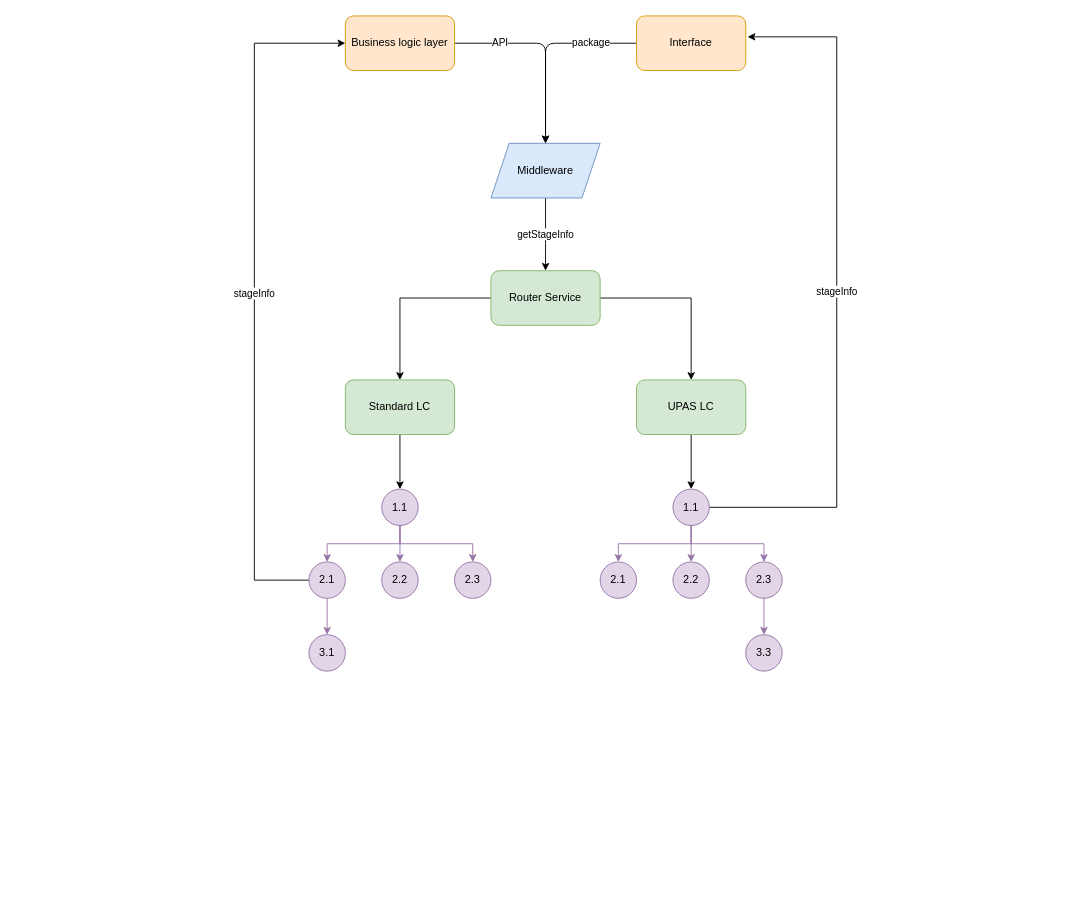
This is page "Page-4" (4 of 6) of LC-smart-contracts.drawio from gdotcat/diagram, a draw.io file, before an edit. Source tidied: cells renumbered, new cells numbered last; positions are measured from the earlier drawing's top-left corner, leaving out a move shared by most shapes. Both pictures are drawn from the tidied source at 91%, with x=0, y=0 at pixel (254, 15).
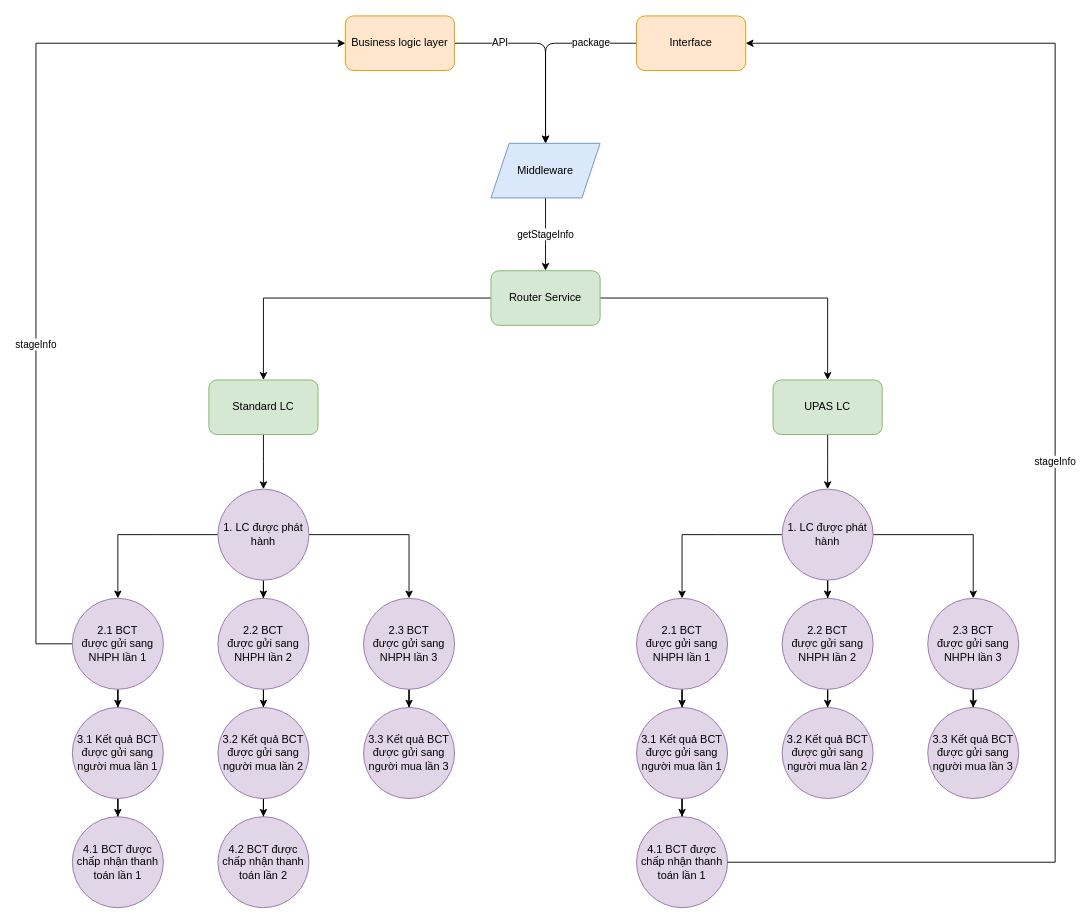
The same page after the edit.

Unchanged cells that the change refers to:
```xml
<mxCell id="12" value="Business logic layer" style="rounded=1;whiteSpace=wrap;html=1;labelBackgroundColor=none;sketch=0;fillColor=#ffe6cc;strokeColor=#d79b00;" parent="1" vertex="1">
  <mxGeometry x="100" width="120" height="60" as="geometry" />
</mxCell>
<mxCell id="14" value="Interface" style="rounded=1;whiteSpace=wrap;html=1;labelBackgroundColor=none;sketch=0;fillColor=#ffe6cc;strokeColor=#d79b00;" parent="1" vertex="1">
  <mxGeometry x="420" width="120" height="60" as="geometry" />
</mxCell>
```

Change to the diagram source:
```diff
@@
-    <mxCell id="7" style="edgeStyle=orthogonalEdgeStyle;rounded=0;jettySize=auto;html=1;fillColor=#e1d5e7;strokeColor=#9673a6;" parent="1" edge="1" source="10" target="27">
-      <mxGeometry relative="1" as="geometry" />
-    </mxCell>
-    <mxCell id="8" style="edgeStyle=orthogonalEdgeStyle;rounded=0;jettySize=auto;html=1;fillColor=#e1d5e7;strokeColor=#9673a6;" parent="1" edge="1" source="10" target="26">
-      <mxGeometry relative="1" as="geometry">
-        <Array as="points">
-          <mxPoint x="160" y="580" />
-          <mxPoint x="80" y="580" />
-        </Array>
-      </mxGeometry>
-    </mxCell>
-    <mxCell id="9" style="edgeStyle=orthogonalEdgeStyle;rounded=0;jettySize=auto;html=1;fillColor=#e1d5e7;strokeColor=#9673a6;" parent="1" edge="1" source="10" target="28">
-      <mxGeometry relative="1" as="geometry">
-        <Array as="points">
-          <mxPoint x="160" y="580" />
-          <mxPoint x="240" y="580" />
-        </Array>
-      </mxGeometry>
-    </mxCell>
-    <mxCell id="10" value="1.1" style="ellipse;whiteSpace=wrap;html=1;fillColor=#e1d5e7;strokeColor=#9673a6;" parent="1" vertex="1">
-      <mxGeometry x="140" y="520" width="40" height="40" as="geometry" />
-    </mxCell>
@@
-    <mxCell id="15" style="edgeStyle=orthogonalEdgeStyle;rounded=0;jettySize=auto;html=1;fillColor=#e1d5e7;strokeColor=#9673a6;" parent="1" edge="1" source="19" target="32">
-      <mxGeometry relative="1" as="geometry">
-        <Array as="points">
-          <mxPoint x="480" y="580" />
-          <mxPoint x="560" y="580" />
-        </Array>
-      </mxGeometry>
-    </mxCell>
-    <mxCell id="16" style="edgeStyle=orthogonalEdgeStyle;rounded=0;jettySize=auto;html=1;fillColor=#e1d5e7;strokeColor=#9673a6;" parent="1" edge="1" source="19" target="30">
-      <mxGeometry relative="1" as="geometry" />
-    </mxCell>
-    <mxCell id="17" style="edgeStyle=orthogonalEdgeStyle;rounded=0;jettySize=auto;html=1;entryX=0.5;entryY=0;entryDx=0;entryDy=0;fillColor=#e1d5e7;strokeColor=#9673a6;" parent="1" edge="1" source="19" target="29">
-      <mxGeometry relative="1" as="geometry">
-        <Array as="points">
-          <mxPoint x="480" y="580" />
-          <mxPoint x="400" y="580" />
-        </Array>
-      </mxGeometry>
-    </mxCell>
-    <mxCell id="18" value="stageInfo" style="edgeStyle=orthogonalEdgeStyle;rounded=0;jettySize=auto;html=1;entryX=1.017;entryY=0.383;entryDx=0;entryDy=0;entryPerimeter=0;" parent="1" edge="1" source="19" target="14">
-      <mxGeometry relative="1" as="geometry">
-        <Array as="points">
-          <mxPoint x="640" y="540" />
-          <mxPoint x="640" y="23" />
-        </Array>
-      </mxGeometry>
-    </mxCell>
-    <mxCell id="19" value="1.1" style="ellipse;whiteSpace=wrap;html=1;fillColor=#e1d5e7;strokeColor=#9673a6;" parent="1" vertex="1">
-      <mxGeometry x="460" y="520" width="40" height="40" as="geometry" />
-    </mxCell>
-    <mxCell id="20" style="edgeStyle=orthogonalEdgeStyle;rounded=0;jettySize=auto;html=1;" parent="1" edge="1" source="21" target="10">
-      <mxGeometry relative="1" as="geometry" />
+    <mxCell id="20" style="edgeStyle=orthogonalEdgeStyle;rounded=0;jettySize=auto;html=1;" parent="1" edge="1" source="21">
+      <mxGeometry relative="1" as="geometry">
+        <mxPoint x="10" y="520" as="targetPoint" />
+      </mxGeometry>
     </mxCell>
     <mxCell id="21" value="Standard LC" style="rounded=1;whiteSpace=wrap;html=1;fillColor=#d5e8d4;strokeColor=#82b366;" parent="1" vertex="1">
-      <mxGeometry x="100" y="400" width="120" height="60" as="geometry" />
+      <mxGeometry x="-50" y="400" width="120" height="60" as="geometry" />
     </mxCell>
-    <mxCell id="22" style="edgeStyle=orthogonalEdgeStyle;rounded=0;jettySize=auto;html=1;" parent="1" edge="1" source="23" target="19">
-      <mxGeometry relative="1" as="geometry" />
+    <mxCell id="22" style="edgeStyle=orthogonalEdgeStyle;rounded=0;jettySize=auto;html=1;" parent="1" edge="1" source="23">
+      <mxGeometry relative="1" as="geometry">
+        <mxPoint x="630" y="520" as="targetPoint" />
+      </mxGeometry>
     </mxCell>
     <mxCell id="23" value="UPAS LC" style="rounded=1;whiteSpace=wrap;html=1;fillColor=#d5e8d4;strokeColor=#82b366;" parent="1" vertex="1">
-      <mxGeometry x="420" y="400" width="120" height="60" as="geometry" />
+      <mxGeometry x="570" y="400" width="120" height="60" as="geometry" />
     </mxCell>
-    <mxCell id="24" style="edgeStyle=orthogonalEdgeStyle;rounded=0;jettySize=auto;html=1;entryX=0.5;entryY=0;entryDx=0;entryDy=0;fillColor=#e1d5e7;strokeColor=#9673a6;" parent="1" edge="1" source="26" target="33">
-      <mxGeometry relative="1" as="geometry" />
-    </mxCell>
-    <mxCell id="25" value="stageInfo" style="edgeStyle=orthogonalEdgeStyle;rounded=0;jettySize=auto;html=1;entryX=0;entryY=0.5;entryDx=0;entryDy=0;" parent="1" edge="1" source="26" target="12">
-      <mxGeometry relative="1" as="geometry">
+    <mxCell id="25" value="stageInfo" style="edgeStyle=orthogonalEdgeStyle;rounded=0;jettySize=auto;html=1;entryX=0;entryY=0.5;entryDx=0;entryDy=0;exitX=0;exitY=0.5;exitDx=0;exitDy=0;" parent="1" edge="1" source="40" target="12">
+      <mxGeometry x="-0.29" relative="1" as="geometry">
         <Array as="points">
-          <mxPoint y="620" />
-          <mxPoint y="30" />
+          <mxPoint x="-240" y="690" />
+          <mxPoint x="-240" y="30" />
         </Array>
       </mxGeometry>
     </mxCell>
-    <mxCell id="26" value="2.1" style="ellipse;whiteSpace=wrap;html=1;fillColor=#e1d5e7;strokeColor=#9673a6;" parent="1" vertex="1">
-      <mxGeometry x="60" y="600" width="40" height="40" as="geometry" />
-    </mxCell>
-    <mxCell id="27" value="2.2" style="ellipse;whiteSpace=wrap;html=1;fillColor=#e1d5e7;strokeColor=#9673a6;" parent="1" vertex="1">
-      <mxGeometry x="140" y="600" width="40" height="40" as="geometry" />
-    </mxCell>
-    <mxCell id="28" value="2.3" style="ellipse;whiteSpace=wrap;html=1;fillColor=#e1d5e7;strokeColor=#9673a6;" parent="1" vertex="1">
-      <mxGeometry x="220" y="600" width="40" height="40" as="geometry" />
-    </mxCell>
-    <mxCell id="29" value="2.1" style="ellipse;whiteSpace=wrap;html=1;fillColor=#e1d5e7;strokeColor=#9673a6;" parent="1" vertex="1">
-      <mxGeometry x="380" y="600" width="40" height="40" as="geometry" />
-    </mxCell>
-    <mxCell id="30" value="2.2" style="ellipse;whiteSpace=wrap;html=1;fillColor=#e1d5e7;strokeColor=#9673a6;" parent="1" vertex="1">
-      <mxGeometry x="460" y="600" width="40" height="40" as="geometry" />
-    </mxCell>
-    <mxCell id="31" style="edgeStyle=orthogonalEdgeStyle;rounded=0;jettySize=auto;html=1;fillColor=#e1d5e7;strokeColor=#9673a6;" parent="1" edge="1" source="32" target="34">
-      <mxGeometry relative="1" as="geometry" />
-    </mxCell>
-    <mxCell id="32" value="2.3" style="ellipse;whiteSpace=wrap;html=1;fillColor=#e1d5e7;strokeColor=#9673a6;" parent="1" vertex="1">
-      <mxGeometry x="540" y="600" width="40" height="40" as="geometry" />
-    </mxCell>
-    <mxCell id="33" value="3.1" style="ellipse;whiteSpace=wrap;html=1;fillColor=#e1d5e7;strokeColor=#9673a6;" parent="1" vertex="1">
-      <mxGeometry x="60" y="680" width="40" height="40" as="geometry" />
-    </mxCell>
-    <mxCell id="34" value="3.3" style="ellipse;whiteSpace=wrap;html=1;fillColor=#e1d5e7;strokeColor=#9673a6;" parent="1" vertex="1">
-      <mxGeometry x="540" y="680" width="40" height="40" as="geometry" />
-    </mxCell>
+    <mxCell id="35" style="edgeStyle=orthogonalEdgeStyle;rounded=0;jettySize=auto;html=1;strokeColor=#000000;" parent="1" edge="1" source="38" target="40">
+      <mxGeometry relative="1" as="geometry">
+        <Array as="points">
+          <mxPoint x="-110" y="570" />
+          <mxPoint x="-180" y="570" />
+        </Array>
+      </mxGeometry>
+    </mxCell>
+    <mxCell id="36" style="edgeStyle=orthogonalEdgeStyle;rounded=0;jettySize=auto;html=1;entryX=0.5;entryY=0;entryDx=0;entryDy=0;fontSize=11;" parent="1" edge="1" source="38" target="45">
+      <mxGeometry relative="1" as="geometry" />
+    </mxCell>
+    <mxCell id="37" style="edgeStyle=orthogonalEdgeStyle;rounded=0;jettySize=auto;html=1;entryX=0.5;entryY=0;entryDx=0;entryDy=0;fontSize=11;" parent="1" edge="1" source="38" target="50">
+      <mxGeometry relative="1" as="geometry" />
+    </mxCell>
+    <mxCell id="38" value="1. LC được phát hành" style="ellipse;whiteSpace=wrap;html=1;fillColor=#e1d5e7;strokeColor=#9673a6;" parent="1" vertex="1">
+      <mxGeometry x="-40" y="520" width="100" height="100" as="geometry" />
+    </mxCell>
+    <mxCell id="39" style="edgeStyle=orthogonalEdgeStyle;rounded=0;jettySize=auto;html=1;strokeColor=#000000;" parent="1" edge="1" source="40" target="42">
+      <mxGeometry relative="1" as="geometry" />
+    </mxCell>
+    <mxCell id="40" value="2.1 BCT &lt;br&gt;được gửi sang NHPH lần 1" style="ellipse;whiteSpace=wrap;html=1;fillColor=#e1d5e7;strokeColor=#9673a6;" parent="1" vertex="1">
+      <mxGeometry x="-200" y="640" width="100" height="100" as="geometry" />
+    </mxCell>
+    <mxCell id="41" style="edgeStyle=orthogonalEdgeStyle;rounded=0;jettySize=auto;html=1;strokeColor=#000000;" parent="1" edge="1" source="42" target="43">
+      <mxGeometry relative="1" as="geometry" />
+    </mxCell>
+    <mxCell id="42" value="3.1 Kết quả BCT được gửi sang người mua lần 1" style="ellipse;whiteSpace=wrap;html=1;fillColor=#e1d5e7;strokeColor=#9673a6;" parent="1" vertex="1">
+      <mxGeometry x="-200" y="760" width="100" height="100" as="geometry" />
+    </mxCell>
+    <mxCell id="43" value="4.1 BCT được chấp nhận thanh toán lần 1" style="ellipse;whiteSpace=wrap;html=1;fillColor=#e1d5e7;strokeColor=#9673a6;" parent="1" vertex="1">
+      <mxGeometry x="-200" y="880" width="100" height="100" as="geometry" />
+    </mxCell>
+    <mxCell id="44" style="edgeStyle=orthogonalEdgeStyle;rounded=0;jettySize=auto;html=1;strokeColor=#000000;" parent="1" edge="1" source="45" target="47">
+      <mxGeometry relative="1" as="geometry" />
+    </mxCell>
+    <mxCell id="45" value="2.2 BCT &lt;br&gt;được gửi sang NHPH lần 2" style="ellipse;whiteSpace=wrap;html=1;fillColor=#e1d5e7;strokeColor=#9673a6;" parent="1" vertex="1">
+      <mxGeometry x="-40" y="640" width="100" height="100" as="geometry" />
+    </mxCell>
+    <mxCell id="46" style="edgeStyle=orthogonalEdgeStyle;rounded=0;jettySize=auto;html=1;strokeColor=#000000;" parent="1" edge="1" source="47" target="48">
+      <mxGeometry relative="1" as="geometry" />
+    </mxCell>
+    <mxCell id="47" value="3.2 Kết quả BCT được gửi sang người mua lần 2" style="ellipse;whiteSpace=wrap;html=1;fillColor=#e1d5e7;strokeColor=#9673a6;" parent="1" vertex="1">
+      <mxGeometry x="-40" y="760" width="100" height="100" as="geometry" />
+    </mxCell>
+    <mxCell id="48" value="4.2 BCT được chấp nhận thanh toán lần 2" style="ellipse;whiteSpace=wrap;html=1;fillColor=#e1d5e7;strokeColor=#9673a6;" parent="1" vertex="1">
+      <mxGeometry x="-40" y="880" width="100" height="100" as="geometry" />
+    </mxCell>
+    <mxCell id="49" style="edgeStyle=orthogonalEdgeStyle;rounded=0;jettySize=auto;html=1;strokeColor=#000000;" parent="1" edge="1" source="50" target="51">
+      <mxGeometry relative="1" as="geometry" />
+    </mxCell>
+    <mxCell id="50" value="2.3 BCT &lt;br&gt;được gửi sang NHPH lần 3" style="ellipse;whiteSpace=wrap;html=1;fillColor=#e1d5e7;strokeColor=#9673a6;" parent="1" vertex="1">
+      <mxGeometry x="120" y="640" width="100" height="100" as="geometry" />
+    </mxCell>
+    <mxCell id="51" value="3.3 Kết quả BCT được gửi sang người mua lần 3" style="ellipse;whiteSpace=wrap;html=1;fillColor=#e1d5e7;strokeColor=#9673a6;" parent="1" vertex="1">
+      <mxGeometry x="120" y="760" width="100" height="100" as="geometry" />
+    </mxCell>
+    <mxCell id="52" style="edgeStyle=orthogonalEdgeStyle;rounded=0;jettySize=auto;html=1;strokeColor=#000000;" parent="1" edge="1" source="55" target="57">
+      <mxGeometry relative="1" as="geometry">
+        <Array as="points">
+          <mxPoint x="510" y="570" />
+          <mxPoint x="440" y="570" />
+        </Array>
+      </mxGeometry>
+    </mxCell>
+    <mxCell id="53" style="edgeStyle=orthogonalEdgeStyle;rounded=0;jettySize=auto;html=1;entryX=0.5;entryY=0;entryDx=0;entryDy=0;fontSize=11;" parent="1" edge="1" source="55" target="62">
+      <mxGeometry relative="1" as="geometry" />
+    </mxCell>
+    <mxCell id="54" style="edgeStyle=orthogonalEdgeStyle;rounded=0;jettySize=auto;html=1;entryX=0.5;entryY=0;entryDx=0;entryDy=0;fontSize=11;" parent="1" edge="1" source="55" target="65">
+      <mxGeometry relative="1" as="geometry" />
+    </mxCell>
+    <mxCell id="55" value="1. LC được phát hành" style="ellipse;whiteSpace=wrap;html=1;fillColor=#e1d5e7;strokeColor=#9673a6;" parent="1" vertex="1">
+      <mxGeometry x="580" y="520" width="100" height="100" as="geometry" />
+    </mxCell>
+    <mxCell id="56" style="edgeStyle=orthogonalEdgeStyle;rounded=0;jettySize=auto;html=1;strokeColor=#000000;" parent="1" edge="1" source="57" target="59">
+      <mxGeometry relative="1" as="geometry" />
+    </mxCell>
+    <mxCell id="57" value="2.1 BCT &lt;br&gt;được gửi sang NHPH lần 1" style="ellipse;whiteSpace=wrap;html=1;fillColor=#e1d5e7;strokeColor=#9673a6;" parent="1" vertex="1">
+      <mxGeometry x="420" y="640" width="100" height="100" as="geometry" />
+    </mxCell>
+    <mxCell id="58" style="edgeStyle=orthogonalEdgeStyle;rounded=0;jettySize=auto;html=1;strokeColor=#000000;" parent="1" edge="1" source="59" target="60">
+      <mxGeometry relative="1" as="geometry" />
+    </mxCell>
+    <mxCell id="59" value="3.1 Kết quả BCT được gửi sang người mua lần 1" style="ellipse;whiteSpace=wrap;html=1;fillColor=#e1d5e7;strokeColor=#9673a6;" parent="1" vertex="1">
+      <mxGeometry x="420" y="760" width="100" height="100" as="geometry" />
+    </mxCell>
+    <mxCell id="60" value="4.1 BCT được chấp nhận thanh toán lần 1" style="ellipse;whiteSpace=wrap;html=1;fillColor=#e1d5e7;strokeColor=#9673a6;" parent="1" vertex="1">
+      <mxGeometry x="420" y="880" width="100" height="100" as="geometry" />
+    </mxCell>
+    <mxCell id="61" style="edgeStyle=orthogonalEdgeStyle;rounded=0;jettySize=auto;html=1;strokeColor=#000000;" parent="1" edge="1" source="62" target="63">
+      <mxGeometry relative="1" as="geometry" />
+    </mxCell>
+    <mxCell id="62" value="2.2 BCT &lt;br&gt;được gửi sang NHPH lần 2" style="ellipse;whiteSpace=wrap;html=1;fillColor=#e1d5e7;strokeColor=#9673a6;" parent="1" vertex="1">
+      <mxGeometry x="580" y="640" width="100" height="100" as="geometry" />
+    </mxCell>
+    <mxCell id="63" value="3.2 Kết quả BCT được gửi sang người mua lần 2" style="ellipse;whiteSpace=wrap;html=1;fillColor=#e1d5e7;strokeColor=#9673a6;" parent="1" vertex="1">
+      <mxGeometry x="580" y="760" width="100" height="100" as="geometry" />
+    </mxCell>
+    <mxCell id="64" style="edgeStyle=orthogonalEdgeStyle;rounded=0;jettySize=auto;html=1;strokeColor=#000000;" parent="1" edge="1" source="65" target="66">
+      <mxGeometry relative="1" as="geometry" />
+    </mxCell>
+    <mxCell id="65" value="2.3 BCT &lt;br&gt;được gửi sang NHPH lần 3" style="ellipse;whiteSpace=wrap;html=1;fillColor=#e1d5e7;strokeColor=#9673a6;" parent="1" vertex="1">
+      <mxGeometry x="740" y="640" width="100" height="100" as="geometry" />
+    </mxCell>
+    <mxCell id="18" value="&lt;span style=&quot;color: rgb(0, 0, 0); font-family: Helvetica; font-size: 11px; font-style: normal; font-variant-ligatures: normal; font-variant-caps: normal; font-weight: 400; letter-spacing: normal; orphans: 2; text-align: center; text-indent: 0px; text-transform: none; widows: 2; word-spacing: 0px; -webkit-text-stroke-width: 0px; background-color: rgb(255, 255, 255); text-decoration-thickness: initial; text-decoration-style: initial; text-decoration-color: initial; float: none; display: inline !important;&quot;&gt;stageInfo&lt;/span&gt;" style="edgeStyle=orthogonalEdgeStyle;rounded=0;jettySize=auto;html=1;entryX=1;entryY=0.5;entryDx=0;entryDy=0;fontSize=11;exitX=1;exitY=0.5;exitDx=0;exitDy=0;" parent="1" edge="1" source="60" target="14">
+      <mxGeometry relative="1" as="geometry">
+        <Array as="points">
+          <mxPoint x="880" y="930" />
+          <mxPoint x="880" y="30" />
+        </Array>
+      </mxGeometry>
+    </mxCell>
+    <mxCell id="66" value="3.3 Kết quả BCT được gửi sang người mua lần 3" style="ellipse;whiteSpace=wrap;html=1;fillColor=#e1d5e7;strokeColor=#9673a6;" parent="1" vertex="1">
+      <mxGeometry x="740" y="760" width="100" height="100" as="geometry" />
+    </mxCell>
```
